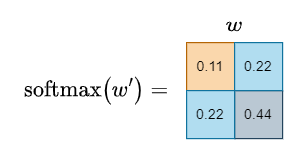
The draw.io diagram diagrams/basic-self-attention-weight.png in ratteripenta/transformers-seminar-workshop, before a commit. Source tidied: cells renumbered, new cells last; positions are measured from the earlier drawing's top-left corner, leaving out a move shared by most shapes.
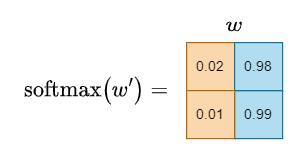
The same diagram one commit later.

Change to the diagram source:
```diff
@@ -5,16 +5,16 @@
     <mxCell id="2" value="`\text{softmax}(w^') =`" style="text;html=1;strokeColor=none;fillColor=none;align=center;verticalAlign=middle;whiteSpace=wrap;rounded=0;fontSize=16;" parent="1" vertex="1">
       <mxGeometry y="50" width="150" height="40" as="geometry" />
     </mxCell>
-    <mxCell id="3" value="0.11" style="rounded=0;whiteSpace=wrap;html=1;fillColor=#fad7ac;strokeColor=#b46504;" parent="1" vertex="1">
+    <mxCell id="3" value="0.02" style="rounded=0;whiteSpace=wrap;html=1;fillColor=#fad7ac;strokeColor=#b46504;" parent="1" vertex="1">
       <mxGeometry x="150" y="30" width="40" height="40" as="geometry" />
     </mxCell>
-    <mxCell id="4" value="0.44" style="rounded=0;whiteSpace=wrap;html=1;fillColor=#bac8d3;strokeColor=#23445d;" parent="1" vertex="1">
+    <mxCell id="4" value="0.99" style="rounded=0;whiteSpace=wrap;html=1;fillColor=#b1ddf0;strokeColor=#10739e;" parent="1" vertex="1">
       <mxGeometry x="190" y="70" width="40" height="40" as="geometry" />
     </mxCell>
-    <mxCell id="5" value="0.22" style="rounded=0;whiteSpace=wrap;html=1;fillColor=#b1ddf0;strokeColor=#10739e;" parent="1" vertex="1">
+    <mxCell id="5" value="0.98" style="rounded=0;whiteSpace=wrap;html=1;fillColor=#b1ddf0;strokeColor=#10739e;" parent="1" vertex="1">
       <mxGeometry x="190" y="30" width="40" height="40" as="geometry" />
     </mxCell>
-    <mxCell id="6" value="0.22" style="rounded=0;whiteSpace=wrap;html=1;fillColor=#b1ddf0;strokeColor=#10739e;" parent="1" vertex="1">
+    <mxCell id="6" value="0.01" style="rounded=0;whiteSpace=wrap;html=1;fillColor=#fad7ac;strokeColor=#b46504;" parent="1" vertex="1">
       <mxGeometry x="150" y="70" width="40" height="40" as="geometry" />
     </mxCell>
     <mxCell id="7" value="`w`" style="text;html=1;strokeColor=none;fillColor=none;align=center;verticalAlign=middle;whiteSpace=wrap;rounded=0;fontSize=16;" parent="1" vertex="1">
```
